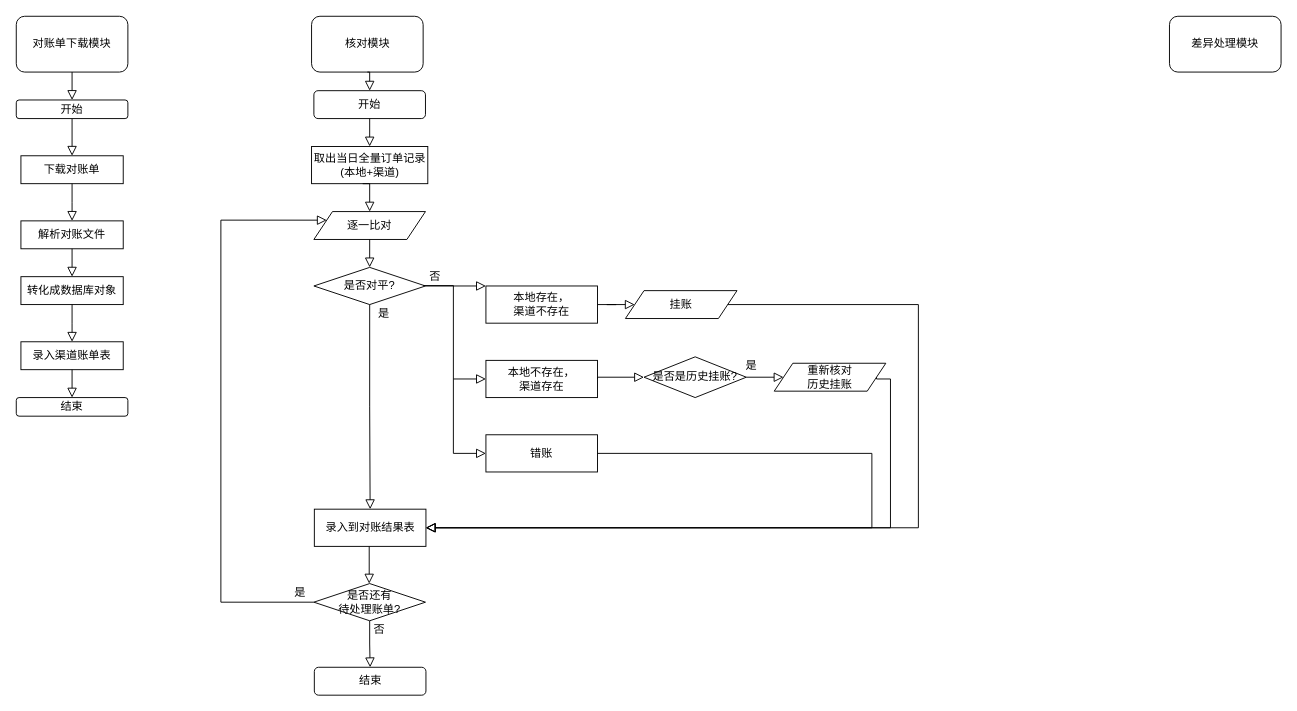
logxxx/Something keeps this draw.io diagram as 对账流程.drawio. Above is the earlier version. Source tidied: cells renumbered, new cells numbered last; positions are measured from the earlier drawing's top-left corner, leaving out a move shared by most shapes. Both pictures are drawn from the tidied source at 93%, with x=0, y=0 at pixel (16, 16).
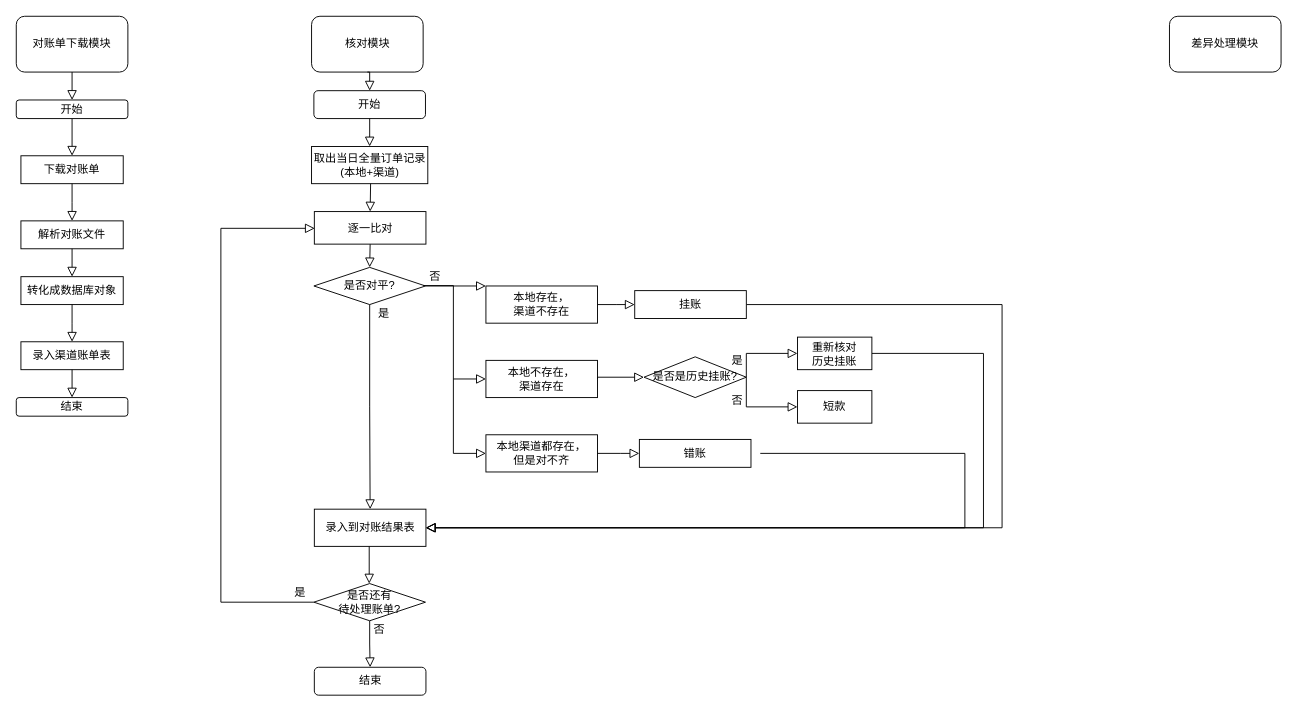
After the change.

Unchanged cells that the change refers to:
```xml
<mxCell id="30" value="是否是历史挂账?" style="rhombus;whiteSpace=wrap;html=1;" parent="1" vertex="1">
  <mxGeometry x="675" y="366.2" width="110" height="43.8" as="geometry" />
</mxCell>
<mxCell id="32" value="&lt;span&gt;本地存在，&lt;/span&gt;&lt;br&gt;&lt;span&gt;渠道不存在&lt;/span&gt;" style="rounded=0;whiteSpace=wrap;html=1;" parent="1" vertex="1">
  <mxGeometry x="505" y="290" width="120" height="40" as="geometry" />
</mxCell>
<mxCell id="40" value="录入到对账结果表" style="rounded=0;whiteSpace=wrap;html=1;" parent="1" vertex="1">
  <mxGeometry x="320.5" y="530" width="120" height="40" as="geometry" />
</mxCell>
<mxCell id="46" value="是否还有&lt;br&gt;待处理账单?" style="rhombus;whiteSpace=wrap;html=1;" parent="1" vertex="1">
  <mxGeometry x="320" y="610" width="120" height="40" as="geometry" />
</mxCell>
```

What changed in the source:
```diff
@@
     <mxCell id="20" style="rounded=0;html=1;jettySize=auto;fontSize=11;endArrow=block;endFill=0;endSize=8;strokeWidth=1;shadow=0;labelBackgroundColor=none;edgeStyle=orthogonalEdgeStyle;entryX=0.5;entryY=0;entryDx=0;entryDy=0;" parent="1" edge="1" target="21">
       <mxGeometry relative="1" as="geometry">
-        <mxPoint x="372.5" y="180" as="sourcePoint" />
+        <mxPoint x="381" y="180" as="sourcePoint" />
       </mxGeometry>
     </mxCell>
-    <mxCell id="21" value="逐一比对" style="shape=parallelogram;perimeter=parallelogramPerimeter;whiteSpace=wrap;html=1;fixedSize=1;" parent="1" vertex="1">
-      <mxGeometry x="320" y="210" width="120" height="30" as="geometry" />
-    </mxCell>
@@
-    <mxCell id="25" style="rounded=0;html=1;jettySize=auto;fontSize=11;endArrow=block;endFill=0;endSize=8;strokeWidth=1;shadow=0;labelBackgroundColor=none;edgeStyle=orthogonalEdgeStyle;exitX=0;exitY=0.5;exitDx=0;exitDy=0;entryX=0;entryY=0.25;entryDx=0;entryDy=0;" parent="1" edge="1" source="46" target="21">
+    <mxCell id="25" style="rounded=0;html=1;jettySize=auto;fontSize=11;endArrow=block;endFill=0;endSize=8;strokeWidth=1;shadow=0;labelBackgroundColor=none;edgeStyle=orthogonalEdgeStyle;exitX=0;exitY=0.5;exitDx=0;exitDy=0;" parent="1" edge="1" source="46">
       <mxGeometry relative="1" as="geometry">
+        <mxPoint x="321" y="228" as="targetPoint" />
         <Array as="points">
           <mxPoint x="220" y="630" />
-          <mxPoint x="220" y="219" />
+          <mxPoint x="220" y="228" />
         </Array>
       </mxGeometry>
     </mxCell>
@@
-    <mxCell id="31" value="挂账" style="shape=parallelogram;perimeter=parallelogramPerimeter;whiteSpace=wrap;html=1;fixedSize=1;" parent="1" vertex="1">
-      <mxGeometry x="655" y="295" width="120" height="30" as="geometry" />
-    </mxCell>
@@
-    <mxCell id="34" value="错账" style="rounded=0;whiteSpace=wrap;html=1;" parent="1" vertex="1">
+    <mxCell id="34" value="本地渠道都存在，&lt;br&gt;但是对不齐" style="rounded=0;whiteSpace=wrap;html=1;" parent="1" vertex="1">
       <mxGeometry x="505" y="450" width="120" height="40" as="geometry" />
     </mxCell>
@@
-    <mxCell id="36" style="rounded=0;html=1;jettySize=auto;fontSize=11;endArrow=block;endFill=0;endSize=8;strokeWidth=1;shadow=0;labelBackgroundColor=none;edgeStyle=orthogonalEdgeStyle;exitX=1;exitY=0.5;exitDx=0;exitDy=0;entryX=0;entryY=0.5;entryDx=0;entryDy=0;" parent="1" edge="1" source="32" target="31">
-      <mxGeometry relative="1" as="geometry" />
+    <mxCell id="36" style="rounded=0;html=1;jettySize=auto;fontSize=11;endArrow=block;endFill=0;endSize=8;strokeWidth=1;shadow=0;labelBackgroundColor=none;edgeStyle=orthogonalEdgeStyle;exitX=1;exitY=0.5;exitDx=0;exitDy=0;entryX=0;entryY=0.5;entryDx=0;entryDy=0;" parent="1" edge="1" source="32">
+      <mxGeometry relative="1" as="geometry">
+        <mxPoint x="665" y="310" as="targetPoint" />
+      </mxGeometry>
     </mxCell>
-    <mxCell id="37" value="重新核对&lt;br&gt;历史挂账" style="shape=parallelogram;perimeter=parallelogramPerimeter;whiteSpace=wrap;html=1;fixedSize=1;" parent="1" vertex="1">
-      <mxGeometry x="815" y="373.1" width="120" height="30" as="geometry" />
-    </mxCell>
     <mxCell id="38" style="rounded=0;html=1;jettySize=auto;fontSize=11;endArrow=block;endFill=0;endSize=8;strokeWidth=1;shadow=0;labelBackgroundColor=none;edgeStyle=orthogonalEdgeStyle;entryX=0;entryY=0.5;entryDx=0;entryDy=0;exitX=1;exitY=0.5;exitDx=0;exitDy=0;" parent="1" edge="1" source="30" target="37">
       <mxGeometry relative="1" as="geometry">
         <Array as="points">
-          <mxPoint x="825" y="388" />
-          <mxPoint x="825" y="388" />
+          <mxPoint x="785" y="363" />
+          <mxPoint x="840" y="363" />
         </Array>
       </mxGeometry>
     </mxCell>
     <mxCell id="39" value="是" style="text;html=1;align=center;verticalAlign=middle;strokeColor=none;" parent="1" vertex="1">
-      <mxGeometry x="775" y="366.2" width="30" height="20" as="geometry" />
+      <mxGeometry x="760" y="360" width="30" height="20" as="geometry" />
     </mxCell>
@@
     <mxCell id="41" style="rounded=0;html=1;jettySize=auto;fontSize=11;endArrow=block;endFill=0;endSize=8;strokeWidth=1;shadow=0;labelBackgroundColor=none;edgeStyle=orthogonalEdgeStyle;exitX=1;exitY=0.5;exitDx=0;exitDy=0;entryX=1;entryY=0.5;entryDx=0;entryDy=0;" parent="1" edge="1" source="31" target="40">
       <mxGeometry relative="1" as="geometry">
         <Array as="points">
-          <mxPoint x="970" y="310" />
-          <mxPoint x="970" y="550" />
+          <mxPoint x="1060" y="310" />
+          <mxPoint x="1060" y="550" />
         </Array>
       </mxGeometry>
     </mxCell>
     <mxCell id="42" style="rounded=0;html=1;jettySize=auto;fontSize=11;endArrow=block;endFill=0;endSize=8;strokeWidth=1;shadow=0;labelBackgroundColor=none;edgeStyle=orthogonalEdgeStyle;entryX=1;entryY=0.5;entryDx=0;entryDy=0;exitX=1;exitY=0.5;exitDx=0;exitDy=0;" parent="1" edge="1" source="37" target="40">
       <mxGeometry relative="1" as="geometry">
         <Array as="points">
-          <mxPoint x="925" y="390" />
-          <mxPoint x="940" y="390" />
-          <mxPoint x="940" y="550" />
+          <mxPoint x="1040" y="363" />
+          <mxPoint x="1040" y="550" />
         </Array>
       </mxGeometry>
     </mxCell>
-    <mxCell id="43" style="rounded=0;html=1;jettySize=auto;fontSize=11;endArrow=block;endFill=0;endSize=8;strokeWidth=1;shadow=0;labelBackgroundColor=none;edgeStyle=orthogonalEdgeStyle;exitX=1;exitY=0.5;exitDx=0;exitDy=0;" parent="1" edge="1" source="34">
+    <mxCell id="43" style="rounded=0;html=1;jettySize=auto;orthogonalLoop=1;fontSize=11;endArrow=block;endFill=0;endSize=8;strokeWidth=1;shadow=0;labelBackgroundColor=none;edgeStyle=orthogonalEdgeStyle;" parent="1" edge="1">
       <mxGeometry relative="1" as="geometry">
+        <mxPoint x="800" y="470" as="sourcePoint" />
         <mxPoint x="440" y="550" as="targetPoint" />
         <Array as="points">
-          <mxPoint x="920" y="470" />
+          <mxPoint x="1020" y="470" />
+          <mxPoint x="1020" y="550" />
         </Array>
       </mxGeometry>
     </mxCell>
@@
+    <mxCell id="21" value="逐一比对" style="rounded=0;whiteSpace=wrap;html=1;" parent="1" vertex="1">
+      <mxGeometry x="320.5" y="210" width="120" height="35" as="geometry" />
+    </mxCell>
+    <mxCell id="31" value="挂账" style="rounded=0;whiteSpace=wrap;html=1;" parent="1" vertex="1">
+      <mxGeometry x="665" y="295" width="120" height="30" as="geometry" />
+    </mxCell>
+    <mxCell id="52" value="错账" style="rounded=0;whiteSpace=wrap;html=1;" parent="1" vertex="1">
+      <mxGeometry x="670" y="455" width="120" height="30" as="geometry" />
+    </mxCell>
+    <mxCell id="53" style="rounded=0;html=1;jettySize=auto;fontSize=11;endArrow=block;endFill=0;endSize=8;strokeWidth=1;shadow=0;labelBackgroundColor=none;edgeStyle=orthogonalEdgeStyle;entryX=0;entryY=0.5;entryDx=0;entryDy=0;exitX=1;exitY=0.5;exitDx=0;exitDy=0;" parent="1" edge="1" source="34" target="52">
+      <mxGeometry relative="1" as="geometry">
+        <Array as="points">
+          <mxPoint x="650" y="470" />
+          <mxPoint x="650" y="470" />
+        </Array>
+      </mxGeometry>
+    </mxCell>
+    <mxCell id="37" value="&lt;span&gt;重新核对&lt;/span&gt;&lt;br&gt;&lt;span&gt;历史挂账&lt;/span&gt;" style="rounded=0;whiteSpace=wrap;html=1;" parent="1" vertex="1">
+      <mxGeometry x="840" y="345" width="80" height="35" as="geometry" />
+    </mxCell>
+    <mxCell id="54" value="短款" style="rounded=0;whiteSpace=wrap;html=1;" parent="1" vertex="1">
+      <mxGeometry x="840" y="402.5" width="80" height="35" as="geometry" />
+    </mxCell>
+    <mxCell id="55" style="rounded=0;html=1;jettySize=auto;fontSize=11;endArrow=block;endFill=0;endSize=8;strokeWidth=1;shadow=0;labelBackgroundColor=none;edgeStyle=orthogonalEdgeStyle;entryX=0;entryY=0.5;entryDx=0;entryDy=0;exitX=1;exitY=0.5;exitDx=0;exitDy=0;" parent="1" edge="1" source="30">
+      <mxGeometry relative="1" as="geometry">
+        <mxPoint x="840" y="420" as="targetPoint" />
+        <Array as="points">
+          <mxPoint x="785" y="420" />
+        </Array>
+      </mxGeometry>
+    </mxCell>
+    <mxCell id="56" value="否" style="text;html=1;align=center;verticalAlign=middle;strokeColor=none;" parent="1" vertex="1">
+      <mxGeometry x="760" y="402.5" width="30" height="20" as="geometry" />
+    </mxCell>
```
